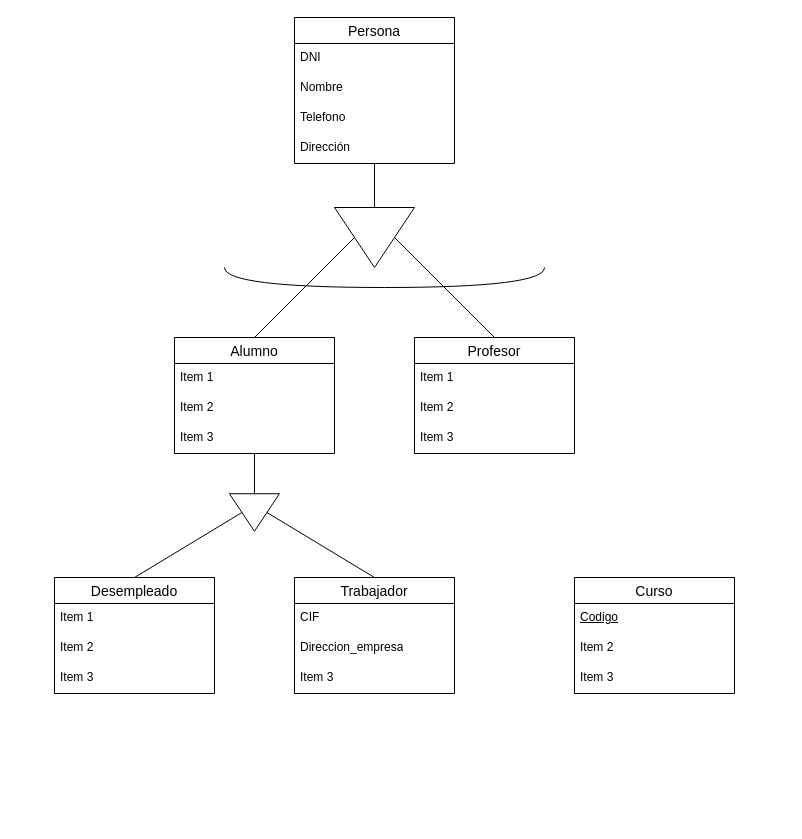
Before: TA12Ej2.drawio in AlejandroCara/acr-tsys-modeloER-drawio-1110, a draw.io diagram. Source tidied: cells renumbered, new cells numbered last; positions are measured from the earlier drawing's top-left corner, leaving out a move shared by most shapes. Both pictures are drawn from the tidied source at 100%, with x=0, y=0 at pixel (54, 17).
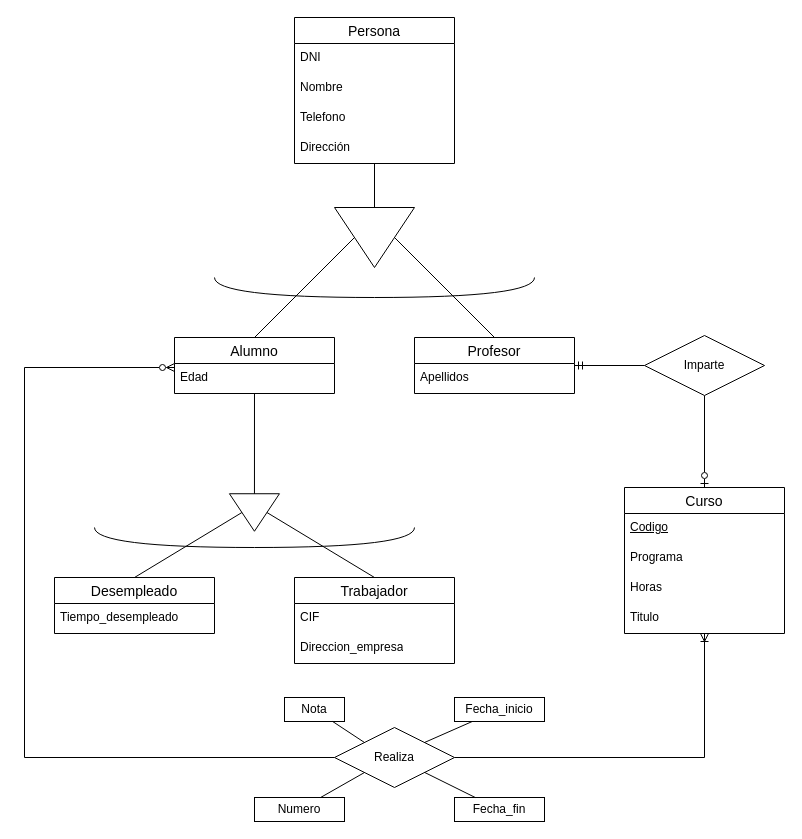
After the change.

What changed in the source:
```diff
@@
     <mxCell id="7" value="Desempleado" style="swimlane;fontStyle=0;horizontal=1;startSize=26;align=center;fontSize=14;" parent="1" vertex="1">
-      <mxGeometry y="560" width="160" height="116" as="geometry" />
+      <mxGeometry y="560" width="160" height="56" as="geometry" />
     </mxCell>
-    <mxCell id="8" value="Item 1" style="text;strokeColor=none;fillColor=none;spacingLeft=4;spacingRight=4;overflow=hidden;fontSize=12;whiteSpace=wrap;html=1;" parent="7" vertex="1">
+    <mxCell id="8" value="Tiempo_desempleado" style="text;strokeColor=none;fillColor=none;spacingLeft=4;spacingRight=4;overflow=hidden;fontSize=12;whiteSpace=wrap;html=1;" parent="7" vertex="1">
       <mxGeometry y="26" width="160" height="30" as="geometry" />
     </mxCell>
-    <mxCell id="9" value="Item 2" style="text;strokeColor=none;fillColor=none;spacingLeft=4;spacingRight=4;overflow=hidden;fontSize=12;whiteSpace=wrap;html=1;" parent="7" vertex="1">
-      <mxGeometry y="56" width="160" height="30" as="geometry" />
-    </mxCell>
-    <mxCell id="10" value="Item 3" style="text;strokeColor=none;fillColor=none;spacingLeft=4;spacingRight=4;overflow=hidden;fontSize=12;whiteSpace=wrap;html=1;" parent="7" vertex="1">
-      <mxGeometry y="86" width="160" height="30" as="geometry" />
-    </mxCell>
     <mxCell id="11" value="Trabajador" style="swimlane;fontStyle=0;horizontal=1;startSize=26;align=center;fontSize=14;" parent="1" vertex="1">
-      <mxGeometry x="240" y="560" width="160" height="116" as="geometry" />
+      <mxGeometry x="240" y="560" width="160" height="86" as="geometry" />
     </mxCell>
@@
-    <mxCell id="14" value="Item 3" style="text;strokeColor=none;fillColor=none;spacingLeft=4;spacingRight=4;overflow=hidden;fontSize=12;whiteSpace=wrap;html=1;" parent="11" vertex="1">
-      <mxGeometry y="86" width="160" height="30" as="geometry" />
-    </mxCell>
     <mxCell id="15" value="Curso" style="swimlane;fontStyle=0;horizontal=1;startSize=26;align=center;fontSize=14;" parent="1" vertex="1">
-      <mxGeometry x="520" y="560" width="160" height="116" as="geometry" />
+      <mxGeometry x="570" y="470" width="160" height="146" as="geometry" />
     </mxCell>
@@
-    <mxCell id="17" value="Item 2" style="text;strokeColor=none;fillColor=none;spacingLeft=4;spacingRight=4;overflow=hidden;fontSize=12;whiteSpace=wrap;html=1;" parent="15" vertex="1">
+    <mxCell id="17" value="Programa" style="text;strokeColor=none;fillColor=none;spacingLeft=4;spacingRight=4;overflow=hidden;fontSize=12;whiteSpace=wrap;html=1;" parent="15" vertex="1">
       <mxGeometry y="56" width="160" height="30" as="geometry" />
     </mxCell>
-    <mxCell id="18" value="Item 3" style="text;strokeColor=none;fillColor=none;spacingLeft=4;spacingRight=4;overflow=hidden;fontSize=12;whiteSpace=wrap;html=1;" parent="15" vertex="1">
+    <mxCell id="18" value="Horas" style="text;strokeColor=none;fillColor=none;spacingLeft=4;spacingRight=4;overflow=hidden;fontSize=12;whiteSpace=wrap;html=1;" parent="15" vertex="1">
       <mxGeometry y="86" width="160" height="30" as="geometry" />
     </mxCell>
+    <mxCell id="36" value="Titulo" style="text;strokeColor=none;fillColor=none;spacingLeft=4;spacingRight=4;overflow=hidden;fontSize=12;whiteSpace=wrap;html=1;" parent="15" vertex="1">
+      <mxGeometry y="116" width="160" height="30" as="geometry" />
+    </mxCell>
     <mxCell id="19" value="Profesor" style="swimlane;fontStyle=0;horizontal=1;startSize=26;align=center;fontSize=14;" parent="1" vertex="1">
-      <mxGeometry x="360" y="320" width="160" height="116" as="geometry" />
+      <mxGeometry x="360" y="320" width="160" height="56" as="geometry" />
     </mxCell>
-    <mxCell id="20" value="Item 1" style="text;strokeColor=none;fillColor=none;spacingLeft=4;spacingRight=4;overflow=hidden;fontSize=12;whiteSpace=wrap;html=1;" parent="19" vertex="1">
+    <mxCell id="20" value="Apellidos" style="text;strokeColor=none;fillColor=none;spacingLeft=4;spacingRight=4;overflow=hidden;fontSize=12;whiteSpace=wrap;html=1;" parent="19" vertex="1">
       <mxGeometry y="26" width="160" height="30" as="geometry" />
     </mxCell>
-    <mxCell id="21" value="Item 2" style="text;strokeColor=none;fillColor=none;spacingLeft=4;spacingRight=4;overflow=hidden;fontSize=12;whiteSpace=wrap;html=1;" parent="19" vertex="1">
-      <mxGeometry y="56" width="160" height="30" as="geometry" />
-    </mxCell>
-    <mxCell id="22" value="Item 3" style="text;strokeColor=none;fillColor=none;spacingLeft=4;spacingRight=4;overflow=hidden;fontSize=12;whiteSpace=wrap;html=1;" parent="19" vertex="1">
-      <mxGeometry y="86" width="160" height="30" as="geometry" />
-    </mxCell>
@@
     <mxCell id="26" value="Alumno" style="swimlane;fontStyle=0;horizontal=1;startSize=26;align=center;fontSize=14;" parent="1" vertex="1">
-      <mxGeometry x="120" y="320" width="160" height="116" as="geometry" />
+      <mxGeometry x="120" y="320" width="160" height="56" as="geometry" />
     </mxCell>
-    <mxCell id="27" value="Item 1" style="text;strokeColor=none;fillColor=none;spacingLeft=4;spacingRight=4;overflow=hidden;fontSize=12;whiteSpace=wrap;html=1;" parent="26" vertex="1">
+    <mxCell id="27" value="Edad" style="text;strokeColor=none;fillColor=none;spacingLeft=4;spacingRight=4;overflow=hidden;fontSize=12;whiteSpace=wrap;html=1;" parent="26" vertex="1">
       <mxGeometry y="26" width="160" height="30" as="geometry" />
     </mxCell>
-    <mxCell id="28" value="Item 2" style="text;strokeColor=none;fillColor=none;spacingLeft=4;spacingRight=4;overflow=hidden;fontSize=12;whiteSpace=wrap;html=1;" parent="26" vertex="1">
-      <mxGeometry y="56" width="160" height="30" as="geometry" />
-    </mxCell>
-    <mxCell id="29" value="Item 3" style="text;strokeColor=none;fillColor=none;spacingLeft=4;spacingRight=4;overflow=hidden;fontSize=12;whiteSpace=wrap;html=1;" parent="26" vertex="1">
-      <mxGeometry y="86" width="160" height="30" as="geometry" />
-    </mxCell>
@@
     <mxCell id="35" style="endArrow=none;html=1;rounded=0;edgeStyle=orthogonalEdgeStyle;curved=1;" parent="1" edge="1">
       <mxGeometry relative="1" as="geometry">
-        <mxPoint x="170" y="250" as="sourcePoint" />
-        <mxPoint x="490" y="250" as="targetPoint" />
+        <mxPoint x="40" y="510" as="sourcePoint" />
+        <mxPoint x="360" y="510" as="targetPoint" />
         <Array as="points">
-          <mxPoint x="170" y="270" />
-          <mxPoint x="490" y="270" />
+          <mxPoint x="40" y="530" />
+          <mxPoint x="360" y="530" />
         </Array>
       </mxGeometry>
     </mxCell>
+    <mxCell id="37" style="endArrow=none;html=1;rounded=0;edgeStyle=orthogonalEdgeStyle;curved=1;" parent="1" edge="1">
+      <mxGeometry relative="1" as="geometry">
+        <mxPoint x="160" y="260" as="sourcePoint" />
+        <mxPoint x="480" y="260" as="targetPoint" />
+        <Array as="points">
+          <mxPoint x="160" y="280" />
+          <mxPoint x="480" y="280" />
+        </Array>
+      </mxGeometry>
+    </mxCell>
+    <mxCell id="38" style="edgeStyle=orthogonalEdgeStyle;rounded=0;jettySize=auto;html=1;endArrow=ERzeroToMany;endFill=0;" parent="1" edge="1" source="40" target="26">
+      <mxGeometry relative="1" as="geometry">
+        <Array as="points">
+          <mxPoint x="-30" y="740" />
+          <mxPoint x="-30" y="350" />
+        </Array>
+      </mxGeometry>
+    </mxCell>
+    <mxCell id="39" style="edgeStyle=orthogonalEdgeStyle;rounded=0;jettySize=auto;html=1;endArrow=ERoneToMany;endFill=0;" parent="1" edge="1" source="40" target="15">
+      <mxGeometry relative="1" as="geometry" />
+    </mxCell>
+    <mxCell id="40" value="Realiza" style="shape=rhombus;perimeter=rhombusPerimeter;whiteSpace=wrap;html=1;align=center;" parent="1" vertex="1">
+      <mxGeometry x="280" y="710" width="120" height="60" as="geometry" />
+    </mxCell>
+    <mxCell id="41" style="edgeStyle=orthogonalEdgeStyle;rounded=0;jettySize=auto;html=1;endArrow=ERmandOne;endFill=0;" parent="1" edge="1" source="43" target="19">
+      <mxGeometry relative="1" as="geometry" />
+    </mxCell>
+    <mxCell id="42" style="edgeStyle=orthogonalEdgeStyle;rounded=0;jettySize=auto;html=1;endArrow=ERzeroToOne;endFill=0;" parent="1" edge="1" source="43" target="15">
+      <mxGeometry relative="1" as="geometry" />
+    </mxCell>
+    <mxCell id="43" value="Imparte" style="shape=rhombus;perimeter=rhombusPerimeter;whiteSpace=wrap;html=1;align=center;" parent="1" vertex="1">
+      <mxGeometry x="590" y="318" width="120" height="60" as="geometry" />
+    </mxCell>
+    <mxCell id="44" value="Nota" style="whiteSpace=wrap;html=1;align=center;" parent="1" vertex="1">
+      <mxGeometry x="230" y="680" width="60" height="24" as="geometry" />
+    </mxCell>
+    <mxCell id="45" style="endArrow=none;html=1;rounded=0;entryX=0;entryY=0;entryDx=0;entryDy=0;" parent="1" edge="1" source="44" target="40">
+      <mxGeometry relative="1" as="geometry" />
+    </mxCell>
+    <mxCell id="46" style="endArrow=none;html=1;rounded=0;exitX=1;exitY=0;exitDx=0;exitDy=0;" parent="1" edge="1" source="40" target="47">
+      <mxGeometry relative="1" as="geometry" />
+    </mxCell>
+    <mxCell id="47" value="Fecha_inicio" style="whiteSpace=wrap;html=1;align=center;" parent="1" vertex="1">
+      <mxGeometry x="400" y="680" width="90" height="24" as="geometry" />
+    </mxCell>
+    <mxCell id="48" value="Fecha_fin" style="whiteSpace=wrap;html=1;align=center;" parent="1" vertex="1">
+      <mxGeometry x="400" y="780" width="90" height="24" as="geometry" />
+    </mxCell>
+    <mxCell id="49" value="Numero" style="whiteSpace=wrap;html=1;align=center;" parent="1" vertex="1">
+      <mxGeometry x="200" y="780" width="90" height="24" as="geometry" />
+    </mxCell>
+    <mxCell id="50" style="endArrow=none;html=1;rounded=0;" parent="1" edge="1" source="40" target="48">
+      <mxGeometry relative="1" as="geometry" />
+    </mxCell>
+    <mxCell id="51" style="endArrow=none;html=1;rounded=0;exitX=0;exitY=1;exitDx=0;exitDy=0;" parent="1" edge="1" source="40" target="49">
+      <mxGeometry relative="1" as="geometry" />
+    </mxCell>
```
